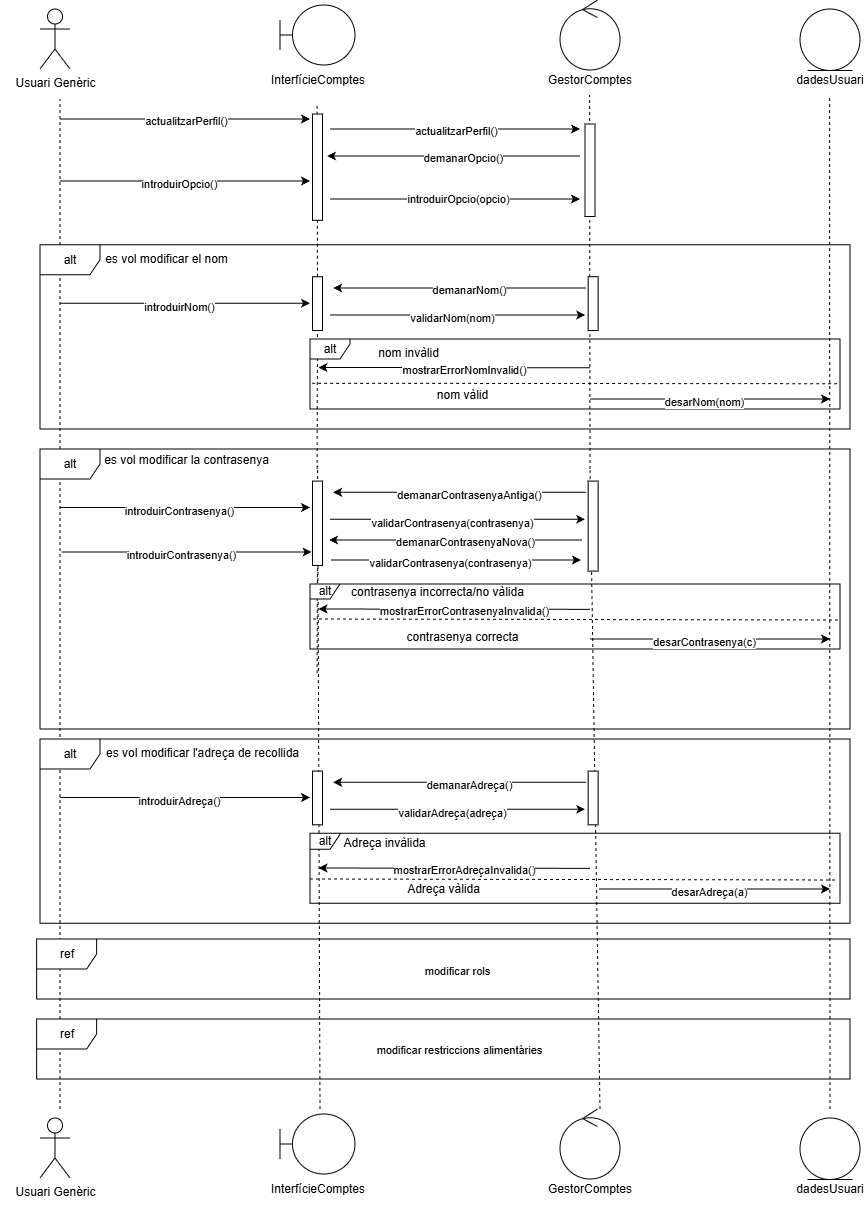
Earlier version of the draw.io export Diagrames/Diagrames seqüència/Diagrames Marcel Pinós Vogel/modificar_perfil.png (MarcelPainos/ES26UAB-431-12). Source tidied: cells renumbered, new cells last; positions are measured from the earlier drawing's top-left corner, leaving out a move shared by most shapes.
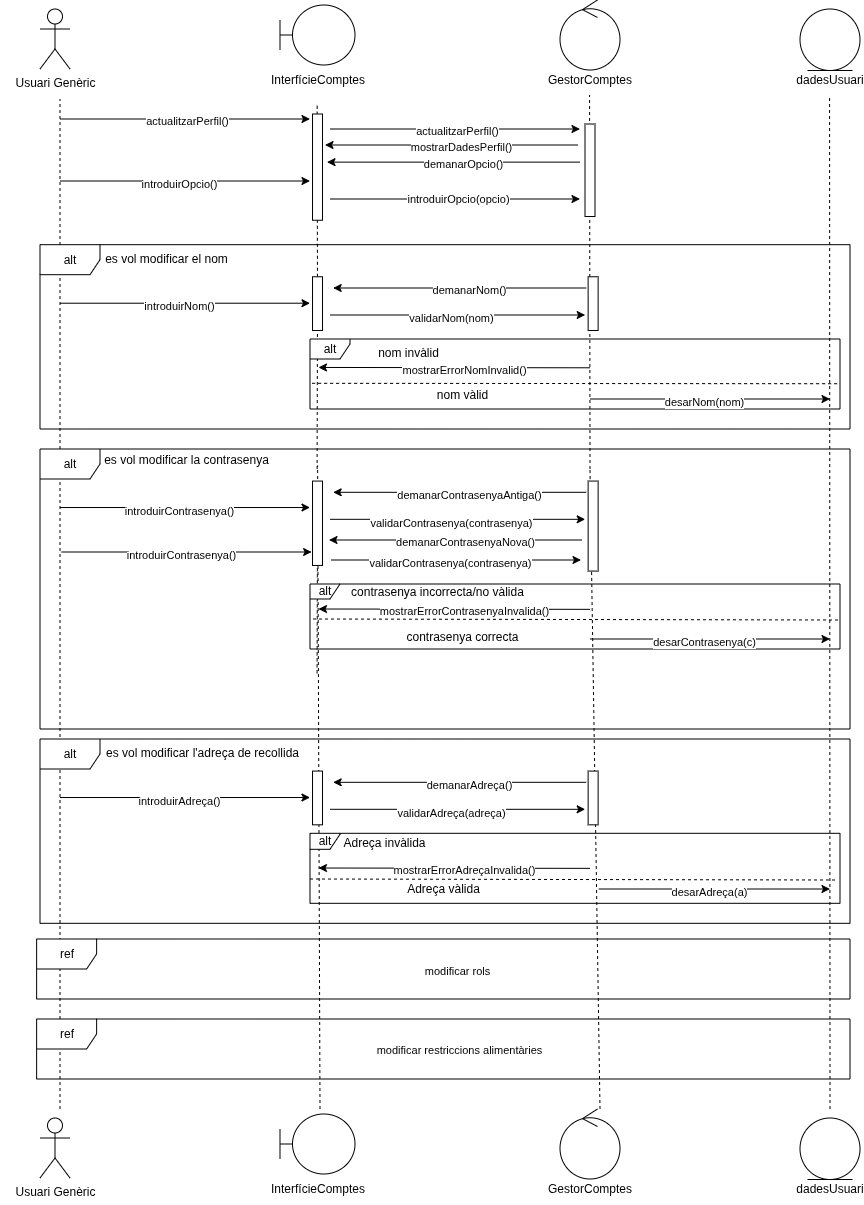
The same diagram one commit later.

Diff of the diagram source:
```diff
@@ -78,8 +78,8 @@
     </mxCell>
     <mxCell id="21" style="endArrow=classic;html=1;rounded=0;" parent="1" edge="1">
       <mxGeometry relative="1" as="geometry">
-        <mxPoint x="580" y="156" as="sourcePoint" />
-        <mxPoint x="327" y="156" as="targetPoint" />
+        <mxPoint x="580" y="162.1" as="sourcePoint" />
+        <mxPoint x="327" y="162.1" as="targetPoint" />
       </mxGeometry>
     </mxCell>
     <mxCell id="22" value="demanarOpcio()" style="edgeLabel;html=1;align=center;verticalAlign=middle;" parent="21" vertex="1">
@@ -408,5 +408,14 @@
     <mxCell id="103" value="Adreça vàlida" style="text;html=1;whiteSpace=wrap;strokeColor=none;fillColor=none;align=center;verticalAlign=middle;rounded=0;" parent="1" vertex="1">
       <mxGeometry x="391.7" y="874.9" width="103.2" height="28.4" as="geometry" />
     </mxCell>
+    <mxCell id="104" style="endArrow=classic;html=1;rounded=0;" parent="1" edge="1">
+      <mxGeometry relative="1" as="geometry">
+        <mxPoint x="578" y="145" as="sourcePoint" />
+        <mxPoint x="325" y="145" as="targetPoint" />
+      </mxGeometry>
+    </mxCell>
+    <mxCell id="105" value="mostrarDadesPerfil()" style="edgeLabel;html=1;align=center;verticalAlign=middle;" parent="104" vertex="1">
+      <mxGeometry x="-0.07" y="2" relative="1" as="geometry" />
+    </mxCell>
   </root>
 </mxGraphModel>
```
